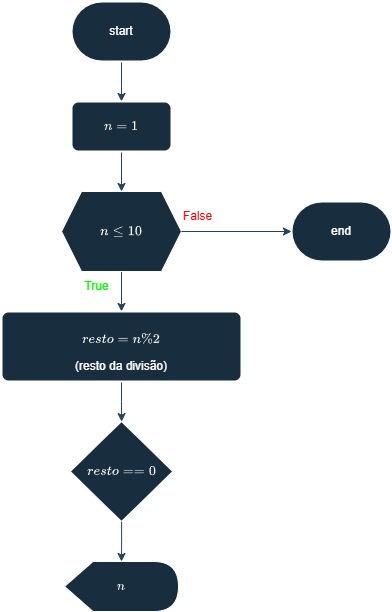
Earlier version of the draw.io export Parte-3/atividade3.png (kf-martins-uel/algoritmos-atividade1). Source tidied: cells renumbered, new cells last; positions are measured from the earlier drawing's top-left corner, leaving out a move shared by most shapes. The source it was exported from:
```xml
<mxGraphModel math="1">
  <root>
    <mxCell id="0" />
    <mxCell id="1" parent="0" />
    <mxCell id="2" style="edgeStyle=orthogonalEdgeStyle;rounded=0;jettySize=auto;html=1;labelBackgroundColor=none;strokeColor=#23445D;fontColor=default;" parent="1" edge="1" source="3" target="7">
      <mxGeometry relative="1" as="geometry" />
    </mxCell>
    <mxCell id="3" value="start" style="strokeWidth=2;html=1;shape=mxgraph.flowchart.terminator;whiteSpace=wrap;labelBackgroundColor=none;fillColor=#182E3E;strokeColor=#FFFFFF;fontColor=#FFFFFF;" parent="1" vertex="1">
      <mxGeometry x="70" width="100" height="60" as="geometry" />
    </mxCell>
    <mxCell id="4" style="edgeStyle=orthogonalEdgeStyle;rounded=0;jettySize=auto;html=1;labelBackgroundColor=none;strokeColor=#23445D;fontColor=default;" parent="1" edge="1" source="5" target="9">
      <mxGeometry relative="1" as="geometry" />
    </mxCell>
    <mxCell id="5" value="$$n\leq 10$$" style="shape=hexagon;perimeter=hexagonPerimeter2;whiteSpace=wrap;html=1;fixedSize=1;labelBackgroundColor=none;fillColor=#182E3E;strokeColor=#FFFFFF;fontColor=#FFFFFF;" parent="1" vertex="1">
      <mxGeometry x="60" y="190" width="120" height="80" as="geometry" />
    </mxCell>
    <mxCell id="6" style="edgeStyle=orthogonalEdgeStyle;rounded=0;jettySize=auto;html=1;labelBackgroundColor=none;strokeColor=#23445D;fontColor=default;" parent="1" edge="1" source="7" target="5">
      <mxGeometry relative="1" as="geometry" />
    </mxCell>
    <mxCell id="7" value="$$n= 1$$" style="rounded=1;whiteSpace=wrap;html=1;absoluteArcSize=1;arcSize=14;strokeWidth=2;labelBackgroundColor=none;fillColor=#182E3E;strokeColor=#FFFFFF;fontColor=#FFFFFF;" parent="1" vertex="1">
      <mxGeometry x="70" y="100" width="100" height="50" as="geometry" />
    </mxCell>
    <mxCell id="8" style="edgeStyle=orthogonalEdgeStyle;rounded=0;jettySize=auto;html=1;strokeColor=#23445D;" parent="1" edge="1" source="9" target="11">
      <mxGeometry relative="1" as="geometry" />
    </mxCell>
    <mxCell id="9" value="$$resto = n\% 2 $$ (resto da divisão)" style="rounded=1;whiteSpace=wrap;html=1;absoluteArcSize=1;arcSize=14;strokeWidth=2;labelBackgroundColor=none;fillColor=#182E3E;strokeColor=#FFFFFF;fontColor=#FFFFFF;" parent="1" vertex="1">
      <mxGeometry y="310" width="240" height="70" as="geometry" />
    </mxCell>
    <mxCell id="10" style="edgeStyle=orthogonalEdgeStyle;rounded=0;jettySize=auto;html=1;strokeColor=#23445D;" parent="1" edge="1" source="11" target="12">
      <mxGeometry relative="1" as="geometry" />
    </mxCell>
    <mxCell id="11" value="$$resto == 0$$" style="rhombus;whiteSpace=wrap;html=1;labelBackgroundColor=none;fillColor=#182E3E;strokeColor=#FFFFFF;fontColor=#FFFFFF;" parent="1" vertex="1">
      <mxGeometry x="68.8" y="420" width="102.5" height="100" as="geometry" />
    </mxCell>
    <mxCell id="12" value="$$n$$" style="shape=display;whiteSpace=wrap;html=1;labelBackgroundColor=none;fillColor=#182E3E;strokeColor=#FFFFFF;fontColor=#FFFFFF;" parent="1" vertex="1">
      <mxGeometry x="63" y="560" width="114" height="50" as="geometry" />
    </mxCell>
    <mxCell id="13" value="end" style="strokeWidth=2;html=1;shape=mxgraph.flowchart.terminator;whiteSpace=wrap;labelBackgroundColor=none;fillColor=#182E3E;strokeColor=#FFFFFF;fontColor=#FFFFFF;" parent="1" vertex="1">
      <mxGeometry x="290" y="200" width="100" height="60" as="geometry" />
    </mxCell>
    <mxCell id="14" value="&lt;font style=&quot;color: light-dark(rgb(0, 255, 0), rgb(0, 255, 0));&quot;&gt;True&lt;/font&gt;" style="text;html=1;align=center;verticalAlign=middle;strokeColor=none;fillColor=none;fontColor=#FFFFFF;labelBackgroundColor=none;" parent="1" vertex="1">
      <mxGeometry x="70" y="270" width="50" height="30" as="geometry" />
    </mxCell>
    <mxCell id="15" style="edgeStyle=orthogonalEdgeStyle;rounded=0;jettySize=auto;html=1;entryX=0;entryY=0.5;entryDx=0;entryDy=0;entryPerimeter=0;strokeColor=#23445D;" parent="1" edge="1" source="5" target="13">
      <mxGeometry relative="1" as="geometry" />
    </mxCell>
    <mxCell id="16" value="&lt;font style=&quot;color: light-dark(rgb(255, 0, 0), rgb(255, 0, 0));&quot;&gt;False&lt;/font&gt;" style="text;html=1;align=center;verticalAlign=middle;strokeColor=none;fillColor=none;fontColor=#FFFFFF;labelBackgroundColor=none;" parent="1" vertex="1">
      <mxGeometry x="171.2" y="200" width="50" height="30" as="geometry" />
    </mxCell>
  </root>
</mxGraphModel>
```
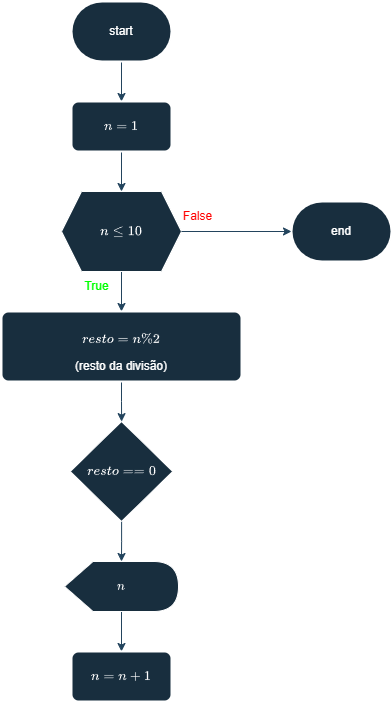
Above is the later version.

Diff of the diagram source:
```diff
@@ -32,6 +32,9 @@
     <mxCell id="11" value="$$resto == 0$$" style="rhombus;whiteSpace=wrap;html=1;labelBackgroundColor=none;fillColor=#182E3E;strokeColor=#FFFFFF;fontColor=#FFFFFF;" parent="1" vertex="1">
       <mxGeometry x="68.8" y="420" width="102.5" height="100" as="geometry" />
     </mxCell>
+    <mxCell id="17" style="edgeStyle=orthogonalEdgeStyle;rounded=0;jettySize=auto;html=1;strokeColor=#23445D;" parent="1" edge="1" source="12" target="18">
+      <mxGeometry relative="1" as="geometry" />
+    </mxCell>
     <mxCell id="12" value="$$n$$" style="shape=display;whiteSpace=wrap;html=1;labelBackgroundColor=none;fillColor=#182E3E;strokeColor=#FFFFFF;fontColor=#FFFFFF;" parent="1" vertex="1">
       <mxGeometry x="63" y="560" width="114" height="50" as="geometry" />
     </mxCell>
@@ -47,5 +50,8 @@
     <mxCell id="16" value="&lt;font style=&quot;color: light-dark(rgb(255, 0, 0), rgb(255, 0, 0));&quot;&gt;False&lt;/font&gt;" style="text;html=1;align=center;verticalAlign=middle;strokeColor=none;fillColor=none;fontColor=#FFFFFF;labelBackgroundColor=none;" parent="1" vertex="1">
       <mxGeometry x="171.2" y="200" width="50" height="30" as="geometry" />
     </mxCell>
+    <mxCell id="18" value="$$n= n + 1$$" style="rounded=1;whiteSpace=wrap;html=1;absoluteArcSize=1;arcSize=14;strokeWidth=2;labelBackgroundColor=none;fillColor=#182E3E;strokeColor=#FFFFFF;fontColor=#FFFFFF;" parent="1" vertex="1">
+      <mxGeometry x="70" y="650" width="100" height="50" as="geometry" />
+    </mxCell>
   </root>
 </mxGraphModel>
```
